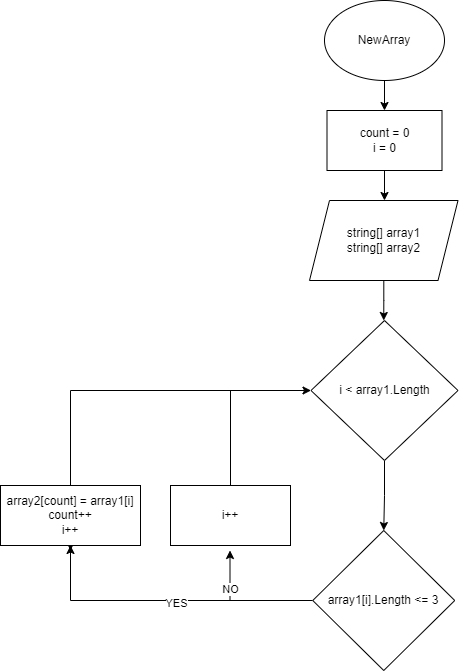
Before: CoreMethod.png, a diagram exported from draw.io (C4ndlejack/Final-Project-1.0). Source tidied: cells renumbered, new cells last; positions are measured from the earlier drawing's top-left corner, leaving out a move shared by most shapes. The source it was exported from:
```xml
<mxGraphModel>
  <root>
    <mxCell id="0" />
    <mxCell id="1" parent="0" />
    <mxCell id="2" style="edgeStyle=orthogonalEdgeStyle;rounded=0;jettySize=auto;html=1;entryX=0.5;entryY=0;entryDx=0;entryDy=0;" parent="1" edge="1" source="3" target="5">
      <mxGeometry relative="1" as="geometry" />
    </mxCell>
    <mxCell id="3" value="NewArray" style="ellipse;whiteSpace=wrap;html=1;" parent="1" vertex="1">
      <mxGeometry x="324" width="120" height="80" as="geometry" />
    </mxCell>
    <mxCell id="4" style="edgeStyle=orthogonalEdgeStyle;rounded=0;jettySize=auto;html=1;" parent="1" edge="1" source="5">
      <mxGeometry relative="1" as="geometry">
        <mxPoint x="384" y="200" as="targetPoint" />
      </mxGeometry>
    </mxCell>
    <mxCell id="5" value="count = 0&lt;br&gt;i = 0" style="rounded=0;whiteSpace=wrap;html=1;" parent="1" vertex="1">
      <mxGeometry x="326.5" y="110" width="115" height="60" as="geometry" />
    </mxCell>
    <mxCell id="6" style="edgeStyle=orthogonalEdgeStyle;rounded=0;jettySize=auto;html=1;" parent="1" edge="1" source="7">
      <mxGeometry relative="1" as="geometry">
        <mxPoint x="383.2" y="320" as="targetPoint" />
      </mxGeometry>
    </mxCell>
    <mxCell id="7" value="string[] array1&lt;br&gt;string[] array2" style="shape=parallelogram;perimeter=parallelogramPerimeter;whiteSpace=wrap;html=1;fixedSize=1;" parent="1" vertex="1">
      <mxGeometry x="309" y="200" width="148.5" height="80" as="geometry" />
    </mxCell>
    <mxCell id="8" style="edgeStyle=orthogonalEdgeStyle;rounded=0;jettySize=auto;html=1;entryX=0.5;entryY=0;entryDx=0;entryDy=0;" parent="1" edge="1" source="9" target="12">
      <mxGeometry relative="1" as="geometry" />
    </mxCell>
    <mxCell id="9" value="i &amp;lt; array1.Length" style="rhombus;whiteSpace=wrap;html=1;" parent="1" vertex="1">
      <mxGeometry x="310.5" y="320" width="147" height="140" as="geometry" />
    </mxCell>
    <mxCell id="10" style="edgeStyle=orthogonalEdgeStyle;rounded=0;jettySize=auto;html=1;entryX=0.5;entryY=1;entryDx=0;entryDy=0;" parent="1" edge="1" source="12" target="15">
      <mxGeometry relative="1" as="geometry">
        <Array as="points">
          <mxPoint x="70" y="600" />
        </Array>
      </mxGeometry>
    </mxCell>
    <mxCell id="11" value="YES" style="edgeLabel;html=1;align=center;verticalAlign=middle;" parent="10" vertex="1">
      <mxGeometry x="-0.08" y="2" relative="1" as="geometry" />
    </mxCell>
    <mxCell id="12" value="array1[i].Length &amp;lt;= 3" style="rhombus;whiteSpace=wrap;html=1;" parent="1" vertex="1">
      <mxGeometry x="312.2" y="530" width="142" height="140" as="geometry" />
    </mxCell>
    <mxCell id="13" style="edgeStyle=orthogonalEdgeStyle;rounded=0;jettySize=auto;html=1;exitX=0.5;exitY=1;exitDx=0;exitDy=0;" parent="1" edge="1" source="15">
      <mxGeometry relative="1" as="geometry">
        <mxPoint x="70" y="550" as="targetPoint" />
      </mxGeometry>
    </mxCell>
    <mxCell id="14" style="edgeStyle=orthogonalEdgeStyle;rounded=0;jettySize=auto;html=1;entryX=0;entryY=0.5;entryDx=0;entryDy=0;" parent="1" edge="1" source="15" target="9">
      <mxGeometry relative="1" as="geometry">
        <Array as="points">
          <mxPoint x="70" y="390" />
        </Array>
      </mxGeometry>
    </mxCell>
    <mxCell id="15" value="array2[count] = array1[i]&lt;br&gt;count++&lt;br&gt;i++" style="rounded=0;whiteSpace=wrap;html=1;" parent="1" vertex="1">
      <mxGeometry y="485" width="140" height="60" as="geometry" />
    </mxCell>
    <mxCell id="16" value="i++" style="rounded=0;whiteSpace=wrap;html=1;" parent="1" vertex="1">
      <mxGeometry x="170" y="485" width="120" height="60" as="geometry" />
    </mxCell>
    <mxCell id="17" style="endArrow=classic;html=1;rounded=0;" parent="1" edge="1">
      <mxGeometry relative="1" as="geometry">
        <mxPoint x="229.5" y="600" as="sourcePoint" />
        <mxPoint x="229.5" y="550" as="targetPoint" />
      </mxGeometry>
    </mxCell>
    <mxCell id="18" value="NO" style="edgeLabel;html=1;align=center;verticalAlign=middle;" parent="17" vertex="1">
      <mxGeometry x="-0.51" relative="1" as="geometry" />
    </mxCell>
    <mxCell id="19" style="endArrow=none;html=1;rounded=0;" parent="1" edge="1">
      <mxGeometry relative="1" as="geometry">
        <mxPoint x="230" y="485" as="sourcePoint" />
        <mxPoint x="230" y="390" as="targetPoint" />
      </mxGeometry>
    </mxCell>
  </root>
</mxGraphModel>
```
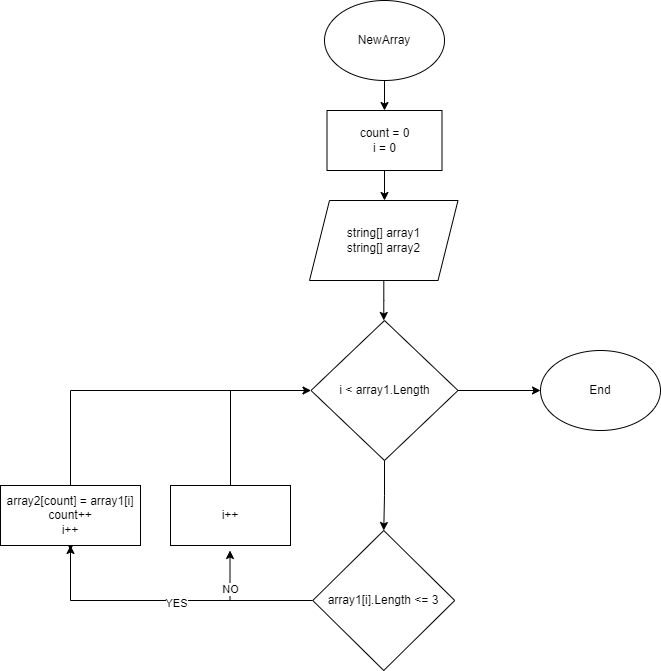
The same file after the commit.

Commit message:
CoreMethod rework

The edit, as a diff of the source:
```diff
@@ -27,6 +27,11 @@
     <mxCell id="8" style="edgeStyle=orthogonalEdgeStyle;rounded=0;jettySize=auto;html=1;entryX=0.5;entryY=0;entryDx=0;entryDy=0;" parent="1" edge="1" source="9" target="12">
       <mxGeometry relative="1" as="geometry" />
     </mxCell>
+    <mxCell id="20" style="edgeStyle=orthogonalEdgeStyle;rounded=0;jettySize=auto;html=1;" parent="1" edge="1" source="9">
+      <mxGeometry relative="1" as="geometry">
+        <mxPoint x="540" y="390" as="targetPoint" />
+      </mxGeometry>
+    </mxCell>
     <mxCell id="9" value="i &amp;lt; array1.Length" style="rhombus;whiteSpace=wrap;html=1;" parent="1" vertex="1">
       <mxGeometry x="310.5" y="320" width="147" height="140" as="geometry" />
     </mxCell>
@@ -76,5 +81,8 @@
         <mxPoint x="230" y="390" as="targetPoint" />
       </mxGeometry>
     </mxCell>
+    <mxCell id="21" value="End" style="ellipse;whiteSpace=wrap;html=1;" parent="1" vertex="1">
+      <mxGeometry x="540" y="350" width="120" height="80" as="geometry" />
+    </mxCell>
   </root>
 </mxGraphModel>
```
